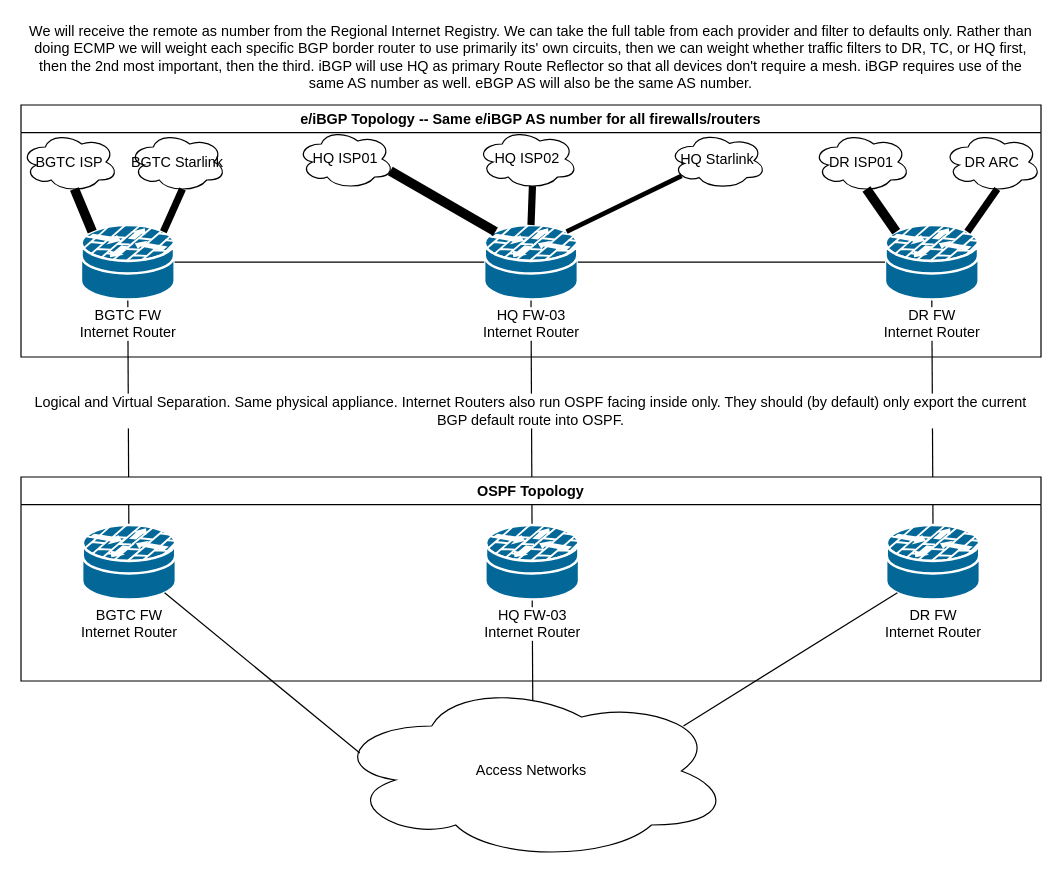
adamrt918/Diagram keeps this draw.io diagram as page "BGP Design" (2 of 2) of Future_Network_Router.drawio. Above is the earlier version. Source tidied: cells renumbered, new cells numbered last; positions are measured from the earlier drawing's top-left corner, leaving out a move shared by most shapes. Both pictures are drawn from the tidied source at 120%, with x=0, y=0 at pixel (20, 20).
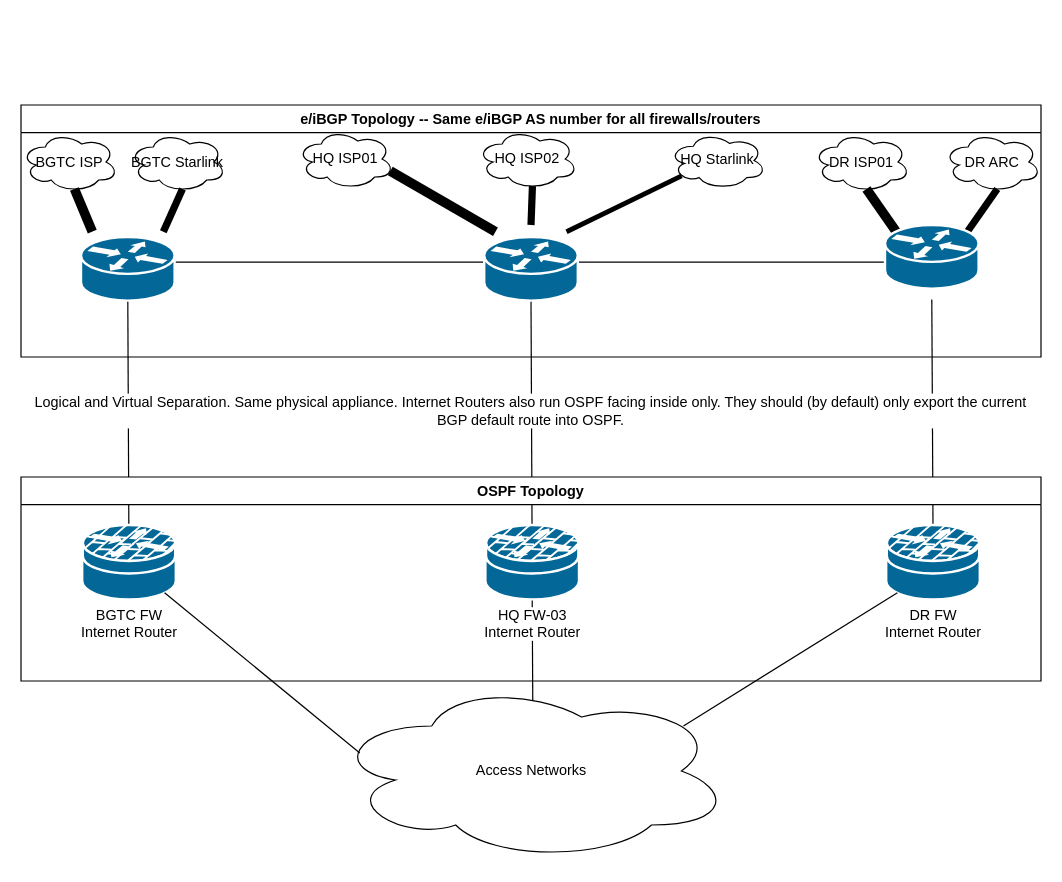
The same diagram, later.

The change refers to these unchanged cells:
```xml
<mxCell id="6" value="e/iBGP Topology -- Same e/iBGP AS number for all firewalls/routers" style="swimlane;whiteSpace=wrap;html=1;" parent="1" vertex="1">
  <mxGeometry y="70" width="850" height="210" as="geometry" />
</mxCell>
<mxCell id="7" value="HQ ISP01" style="ellipse;shape=cloud;whiteSpace=wrap;html=1;" parent="6" vertex="1">
  <mxGeometry x="230" y="20" width="81" height="50" as="geometry" />
</mxCell>
<mxCell id="8" value="HQ ISP02" style="ellipse;shape=cloud;whiteSpace=wrap;html=1;" parent="6" vertex="1">
  <mxGeometry x="380" y="20" width="84" height="50" as="geometry" />
</mxCell>
<mxCell id="9" value="HQ Starlink" style="ellipse;shape=cloud;whiteSpace=wrap;html=1;" parent="6" vertex="1">
  <mxGeometry x="540" y="22.5" width="81" height="47.5" as="geometry" />
</mxCell>
<mxCell id="10" value="BGTC ISP" style="ellipse;shape=cloud;whiteSpace=wrap;html=1;" parent="6" vertex="1">
  <mxGeometry y="22.5" width="81" height="50" as="geometry" />
</mxCell>
<mxCell id="11" value="BGTC Starlink" style="ellipse;shape=cloud;whiteSpace=wrap;html=1;" parent="6" vertex="1">
  <mxGeometry x="90" y="22.5" width="81" height="50" as="geometry" />
</mxCell>
<mxCell id="12" value="DR ISP01" style="ellipse;shape=cloud;whiteSpace=wrap;html=1;" parent="6" vertex="1">
  <mxGeometry x="660" y="22.5" width="81" height="50" as="geometry" />
</mxCell>
<mxCell id="13" value="DR ARC" style="ellipse;shape=cloud;whiteSpace=wrap;html=1;" parent="6" vertex="1">
  <mxGeometry x="769" y="22.5" width="81" height="50" as="geometry" />
</mxCell>
<mxCell id="28" value="&lt;span style=&quot;background-color: light-dark(#ffffff, var(--ge-dark-color, #121212));&quot;&gt;HQ FW-03&lt;/span&gt;&lt;div&gt;&lt;span style=&quot;background-color: light-dark(#ffffff, var(--ge-dark-color, #121212));&quot;&gt;Internet Router&lt;/span&gt;&lt;/div&gt;" style="shape=mxgraph.cisco.security.router_firewall;sketch=0;html=1;dashed=0;fillColor=#036897;strokeColor=#ffffff;strokeWidth=2;verticalLabelPosition=bottom;verticalAlign=top;align=center;outlineConnect=0;" parent="27" vertex="1">
  <mxGeometry x="387" y="40" width="78" height="62" as="geometry" />
</mxCell>
<mxCell id="29" value="&lt;span style=&quot;background-color: light-dark(#ffffff, var(--ge-dark-color, #121212));&quot;&gt;BGTC FW&lt;/span&gt;&lt;div&gt;&lt;span style=&quot;background-color: light-dark(#ffffff, var(--ge-dark-color, #121212));&quot;&gt;Internet Router&lt;/span&gt;&lt;/div&gt;" style="shape=mxgraph.cisco.security.router_firewall;sketch=0;html=1;dashed=0;fillColor=#036897;strokeColor=#ffffff;strokeWidth=2;verticalLabelPosition=bottom;verticalAlign=top;align=center;outlineConnect=0;" parent="27" vertex="1">
  <mxGeometry x="51" y="40" width="78" height="62" as="geometry" />
</mxCell>
<mxCell id="30" value="&lt;span style=&quot;background-color: light-dark(#ffffff, var(--ge-dark-color, #121212));&quot;&gt;DR FW&lt;/span&gt;&lt;div&gt;&lt;span style=&quot;background-color: light-dark(#ffffff, var(--ge-dark-color, #121212));&quot;&gt;Internet Router&lt;/span&gt;&lt;/div&gt;" style="shape=mxgraph.cisco.security.router_firewall;sketch=0;html=1;dashed=0;fillColor=#036897;strokeColor=#ffffff;strokeWidth=2;verticalLabelPosition=bottom;verticalAlign=top;align=center;outlineConnect=0;" parent="27" vertex="1">
  <mxGeometry x="721" y="40" width="78" height="62" as="geometry" />
</mxCell>
```

The edit, as a diff of the source:
```diff
@@
-    <mxCell id="3" style="endArrow=none;html=1;rounded=0;entryX=0.5;entryY=1;entryDx=0;entryDy=0;entryPerimeter=0;exitX=0.5;exitY=0;exitDx=0;exitDy=0;exitPerimeter=0;" parent="1" edge="1" source="30" target="16">
-      <mxGeometry relative="1" as="geometry" />
+    <mxCell id="3" style="endArrow=none;html=1;rounded=0;entryX=0.5;entryY=1;entryDx=0;entryDy=0;entryPerimeter=0;exitX=0.5;exitY=0;exitDx=0;exitDy=0;exitPerimeter=0;" parent="1" edge="1" source="30">
+      <mxGeometry relative="1" as="geometry">
+        <mxPoint x="759" y="232" as="targetPoint" />
+      </mxGeometry>
     </mxCell>
-    <mxCell id="4" style="endArrow=none;html=1;rounded=0;entryX=0.5;entryY=1;entryDx=0;entryDy=0;entryPerimeter=0;" parent="1" edge="1" source="28" target="14">
-      <mxGeometry relative="1" as="geometry" />
+    <mxCell id="4" style="endArrow=none;html=1;rounded=0;entryX=0.5;entryY=1;entryDx=0;entryDy=0;entryPerimeter=0;" parent="1" edge="1" source="28">
+      <mxGeometry relative="1" as="geometry">
+        <mxPoint x="425" y="232" as="targetPoint" />
+      </mxGeometry>
     </mxCell>
-    <mxCell id="5" style="endArrow=none;html=1;rounded=0;entryX=0.5;entryY=1;entryDx=0;entryDy=0;entryPerimeter=0;" parent="1" edge="1" source="29" target="15">
-      <mxGeometry relative="1" as="geometry" />
+    <mxCell id="5" style="endArrow=none;html=1;rounded=0;entryX=0.5;entryY=1;entryDx=0;entryDy=0;entryPerimeter=0;" parent="1" edge="1" source="29">
+      <mxGeometry relative="1" as="geometry">
+        <mxPoint x="89" y="232" as="targetPoint" />
+      </mxGeometry>
     </mxCell>
@@
-    <mxCell id="14" value="&lt;span style=&quot;background-color: light-dark(#ffffff, var(--ge-dark-color, #121212));&quot;&gt;HQ FW-03&lt;/span&gt;&lt;div&gt;&lt;span style=&quot;background-color: light-dark(#ffffff, var(--ge-dark-color, #121212));&quot;&gt;Internet Router&lt;/span&gt;&lt;/div&gt;" style="shape=mxgraph.cisco.security.router_firewall;sketch=0;html=1;dashed=0;fillColor=#036897;strokeColor=#ffffff;strokeWidth=2;verticalLabelPosition=bottom;verticalAlign=top;align=center;outlineConnect=0;" parent="6" vertex="1">
-      <mxGeometry x="386" y="100" width="78" height="62" as="geometry" />
-    </mxCell>
-    <mxCell id="15" value="&lt;span style=&quot;background-color: light-dark(#ffffff, var(--ge-dark-color, #121212));&quot;&gt;BGTC FW&lt;/span&gt;&lt;div&gt;&lt;span style=&quot;background-color: light-dark(#ffffff, var(--ge-dark-color, #121212));&quot;&gt;Internet Router&lt;/span&gt;&lt;/div&gt;" style="shape=mxgraph.cisco.security.router_firewall;sketch=0;html=1;dashed=0;fillColor=#036897;strokeColor=#ffffff;strokeWidth=2;verticalLabelPosition=bottom;verticalAlign=top;align=center;outlineConnect=0;" parent="6" vertex="1">
-      <mxGeometry x="50" y="100" width="78" height="62" as="geometry" />
-    </mxCell>
-    <mxCell id="16" value="&lt;span style=&quot;background-color: light-dark(#ffffff, var(--ge-dark-color, #121212));&quot;&gt;DR FW&lt;/span&gt;&lt;div&gt;&lt;span style=&quot;background-color: light-dark(#ffffff, var(--ge-dark-color, #121212));&quot;&gt;Internet Router&lt;/span&gt;&lt;/div&gt;" style="shape=mxgraph.cisco.security.router_firewall;sketch=0;html=1;dashed=0;fillColor=#036897;strokeColor=#ffffff;strokeWidth=2;verticalLabelPosition=bottom;verticalAlign=top;align=center;outlineConnect=0;" parent="6" vertex="1">
-      <mxGeometry x="720" y="100" width="78" height="62" as="geometry" />
-    </mxCell>
-    <mxCell id="17" style="endArrow=none;html=1;rounded=0;entryX=0.96;entryY=0.7;entryDx=0;entryDy=0;entryPerimeter=0;exitX=0.12;exitY=0.09;exitDx=0;exitDy=0;exitPerimeter=0;strokeWidth=8;strokeColor=light-dark(#000000,#00FF00);" parent="6" edge="1" source="14" target="7">
-      <mxGeometry relative="1" as="geometry" />
+    <mxCell id="17" style="endArrow=none;html=1;rounded=0;entryX=0.96;entryY=0.7;entryDx=0;entryDy=0;entryPerimeter=0;exitX=0.12;exitY=0.09;exitDx=0;exitDy=0;exitPerimeter=0;strokeWidth=8;strokeColor=light-dark(#000000,#00FF00);" parent="6" edge="1" target="7">
+      <mxGeometry relative="1" as="geometry">
+        <mxPoint x="395.4" y="105.6" as="sourcePoint" />
+      </mxGeometry>
     </mxCell>
-    <mxCell id="18" style="endArrow=none;html=1;rounded=0;entryX=0.55;entryY=0.95;entryDx=0;entryDy=0;entryPerimeter=0;exitX=0.5;exitY=0;exitDx=0;exitDy=0;exitPerimeter=0;strokeColor=light-dark(#000000,#3399FF);strokeWidth=6;" parent="6" edge="1" source="14" target="8">
-      <mxGeometry relative="1" as="geometry" />
+    <mxCell id="18" style="endArrow=none;html=1;rounded=0;entryX=0.55;entryY=0.95;entryDx=0;entryDy=0;entryPerimeter=0;exitX=0.5;exitY=0;exitDx=0;exitDy=0;exitPerimeter=0;strokeColor=light-dark(#000000,#3399FF);strokeWidth=6;" parent="6" edge="1" target="8">
+      <mxGeometry relative="1" as="geometry">
+        <mxPoint x="425" y="100" as="sourcePoint" />
+      </mxGeometry>
     </mxCell>
-    <mxCell id="19" style="endArrow=none;html=1;rounded=0;entryX=0.13;entryY=0.77;entryDx=0;entryDy=0;entryPerimeter=0;exitX=0.88;exitY=0.09;exitDx=0;exitDy=0;exitPerimeter=0;strokeColor=light-dark(#000000,#FF6666);strokeWidth=4;" parent="6" edge="1" source="14" target="9">
-      <mxGeometry relative="1" as="geometry" />
+    <mxCell id="19" style="endArrow=none;html=1;rounded=0;entryX=0.13;entryY=0.77;entryDx=0;entryDy=0;entryPerimeter=0;exitX=0.88;exitY=0.09;exitDx=0;exitDy=0;exitPerimeter=0;strokeColor=light-dark(#000000,#FF6666);strokeWidth=4;" parent="6" edge="1" target="9">
+      <mxGeometry relative="1" as="geometry">
+        <mxPoint x="454.6" y="105.6" as="sourcePoint" />
+      </mxGeometry>
     </mxCell>
-    <mxCell id="20" style="endArrow=none;html=1;rounded=0;entryX=1;entryY=0.5;entryDx=0;entryDy=0;entryPerimeter=0;exitX=0;exitY=0.5;exitDx=0;exitDy=0;exitPerimeter=0;" parent="6" edge="1" source="14" target="15">
-      <mxGeometry relative="1" as="geometry" />
+    <mxCell id="20" style="endArrow=none;html=1;rounded=0;entryX=1;entryY=0.5;entryDx=0;entryDy=0;entryPerimeter=0;exitX=0;exitY=0.5;exitDx=0;exitDy=0;exitPerimeter=0;" parent="6" edge="1">
+      <mxGeometry relative="1" as="geometry">
+        <mxPoint x="386" y="131" as="sourcePoint" />
+        <mxPoint x="128" y="131" as="targetPoint" />
+      </mxGeometry>
     </mxCell>
-    <mxCell id="21" style="endArrow=none;html=1;rounded=0;entryX=1;entryY=0.5;entryDx=0;entryDy=0;entryPerimeter=0;" parent="6" edge="1" source="16" target="14">
-      <mxGeometry relative="1" as="geometry" />
+    <mxCell id="21" style="endArrow=none;html=1;rounded=0;entryX=1;entryY=0.5;entryDx=0;entryDy=0;entryPerimeter=0;" parent="6" edge="1">
+      <mxGeometry relative="1" as="geometry">
+        <mxPoint x="720" y="131" as="sourcePoint" />
+        <mxPoint x="464" y="131" as="targetPoint" />
+      </mxGeometry>
     </mxCell>
-    <mxCell id="22" style="endArrow=none;html=1;rounded=0;entryX=0.55;entryY=0.95;entryDx=0;entryDy=0;entryPerimeter=0;exitX=0.12;exitY=0.09;exitDx=0;exitDy=0;exitPerimeter=0;strokeWidth=8;strokeColor=light-dark(#000000,#00FF00);" parent="6" edge="1" source="15" target="10">
-      <mxGeometry relative="1" as="geometry" />
+    <mxCell id="22" style="endArrow=none;html=1;rounded=0;entryX=0.55;entryY=0.95;entryDx=0;entryDy=0;entryPerimeter=0;exitX=0.12;exitY=0.09;exitDx=0;exitDy=0;exitPerimeter=0;strokeWidth=8;strokeColor=light-dark(#000000,#00FF00);" parent="6" edge="1" target="10">
+      <mxGeometry relative="1" as="geometry">
+        <mxPoint x="59.4" y="105.6" as="sourcePoint" />
+      </mxGeometry>
     </mxCell>
-    <mxCell id="23" style="endArrow=none;html=1;rounded=0;entryX=0.55;entryY=0.95;entryDx=0;entryDy=0;entryPerimeter=0;strokeColor=light-dark(#000000,#3399FF);strokeWidth=6;exitX=0.88;exitY=0.09;exitDx=0;exitDy=0;exitPerimeter=0;" parent="6" edge="1" source="15" target="11">
-      <mxGeometry relative="1" as="geometry" />
+    <mxCell id="23" style="endArrow=none;html=1;rounded=0;entryX=0.55;entryY=0.95;entryDx=0;entryDy=0;entryPerimeter=0;strokeColor=light-dark(#000000,#3399FF);strokeWidth=6;exitX=0.88;exitY=0.09;exitDx=0;exitDy=0;exitPerimeter=0;" parent="6" edge="1" target="11">
+      <mxGeometry relative="1" as="geometry">
+        <mxPoint x="118.6" y="105.6" as="sourcePoint" />
+      </mxGeometry>
     </mxCell>
-    <mxCell id="24" style="endArrow=none;html=1;rounded=0;entryX=0.55;entryY=0.95;entryDx=0;entryDy=0;entryPerimeter=0;exitX=0.12;exitY=0.09;exitDx=0;exitDy=0;exitPerimeter=0;strokeWidth=8;strokeColor=light-dark(#000000,#00FF00);" parent="6" edge="1" source="16" target="12">
-      <mxGeometry relative="1" as="geometry" />
+    <mxCell id="24" style="endArrow=none;html=1;rounded=0;entryX=0.55;entryY=0.95;entryDx=0;entryDy=0;entryPerimeter=0;exitX=0.12;exitY=0.09;exitDx=0;exitDy=0;exitPerimeter=0;strokeWidth=8;strokeColor=light-dark(#000000,#00FF00);" parent="6" edge="1" target="12">
+      <mxGeometry relative="1" as="geometry">
+        <mxPoint x="729.4" y="105.6" as="sourcePoint" />
+      </mxGeometry>
     </mxCell>
-    <mxCell id="25" style="endArrow=none;html=1;rounded=0;entryX=0.55;entryY=0.95;entryDx=0;entryDy=0;entryPerimeter=0;exitX=0.88;exitY=0.09;exitDx=0;exitDy=0;exitPerimeter=0;strokeColor=light-dark(#000000,#3399FF);strokeWidth=6;" parent="6" edge="1" source="16" target="13">
-      <mxGeometry relative="1" as="geometry" />
+    <mxCell id="25" style="endArrow=none;html=1;rounded=0;entryX=0.55;entryY=0.95;entryDx=0;entryDy=0;entryPerimeter=0;exitX=0.88;exitY=0.09;exitDx=0;exitDy=0;exitPerimeter=0;strokeColor=light-dark(#000000,#3399FF);strokeWidth=6;" parent="6" edge="1" target="13">
+      <mxGeometry relative="1" as="geometry">
+        <mxPoint x="788.6" y="105.6" as="sourcePoint" />
+      </mxGeometry>
     </mxCell>
-    <mxCell id="26" value="We will receive the remote as number from the Regional Internet Registry. We can take the full table from each provider and filter to defaults only. Rather than doing ECMP we will weight each specific BGP border router to use primarily its' own circuits, then we can weight whether traffic filters to DR, TC, or HQ first, then the 2nd most important, then the third. iBGP will use HQ as primary Route Reflector so that all devices don't require a mesh. iBGP requires use of the same AS number as well. eBGP AS will also be the same AS number." style="text;html=1;align=center;verticalAlign=middle;whiteSpace=wrap;rounded=0;" parent="1" vertex="1">
-      <mxGeometry width="850" height="60" as="geometry" />
-    </mxCell>
+    <mxCell id="35" style="shape=mxgraph.cisco.routers.router;sketch=0;html=1;dashed=0;fillColor=#036897;strokeColor=#ffffff;strokeWidth=2;verticalLabelPosition=bottom;verticalAlign=top;align=center;" parent="6" vertex="1">
+      <mxGeometry x="50" y="110" width="78" height="53" as="geometry" />
+    </mxCell>
+    <mxCell id="36" style="shape=mxgraph.cisco.routers.router;sketch=0;html=1;dashed=0;fillColor=#036897;strokeColor=#ffffff;strokeWidth=2;verticalLabelPosition=bottom;verticalAlign=top;align=center;" parent="6" vertex="1">
+      <mxGeometry x="386" y="110" width="78" height="53" as="geometry" />
+    </mxCell>
+    <mxCell id="37" style="shape=mxgraph.cisco.routers.router;sketch=0;html=1;dashed=0;fillColor=#036897;strokeColor=#ffffff;strokeWidth=2;verticalLabelPosition=bottom;verticalAlign=top;align=center;" parent="6" vertex="1">
+      <mxGeometry x="720" y="100" width="78" height="53" as="geometry" />
+    </mxCell>
```
